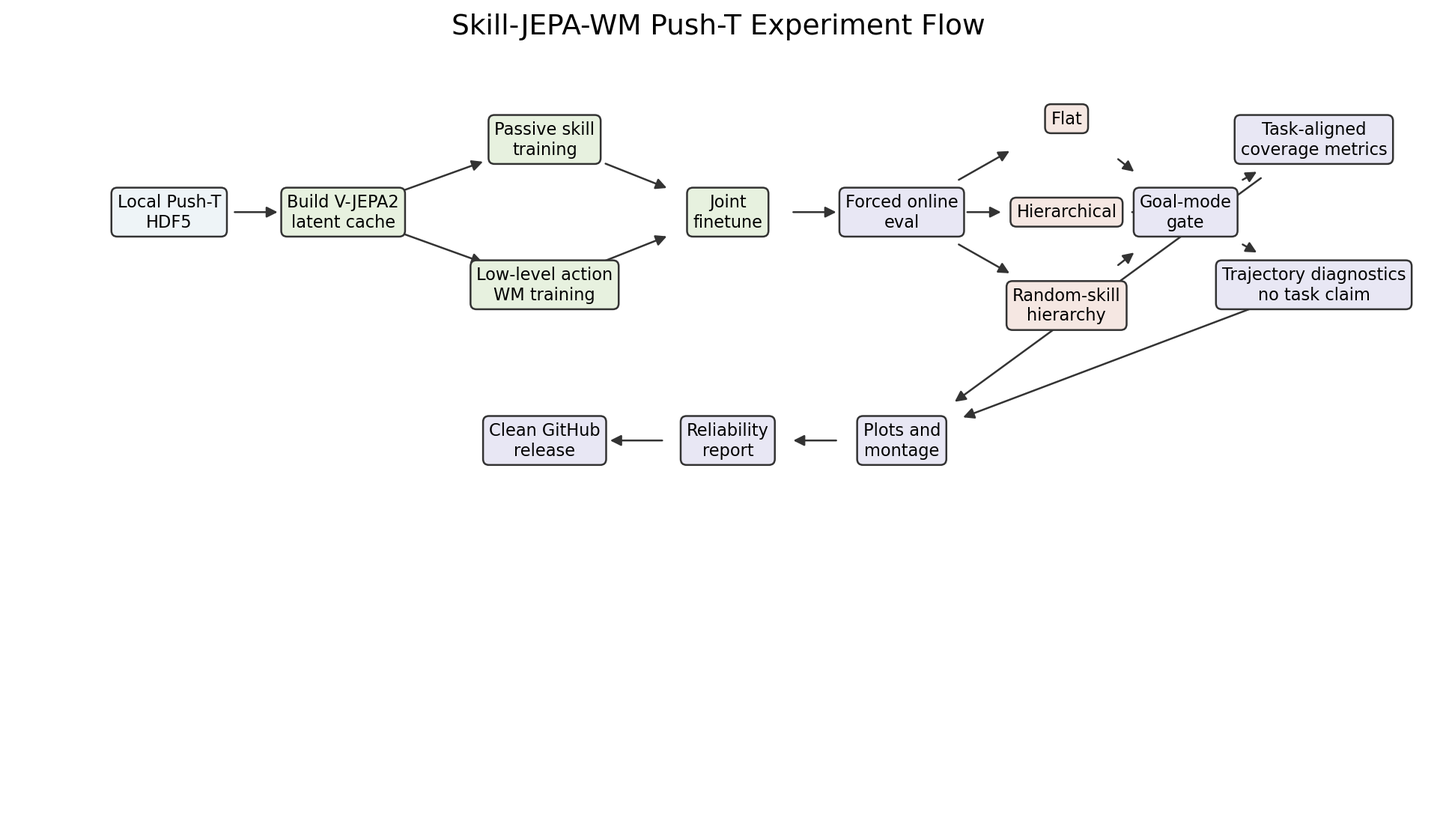
YichengDraw/skill-jepa-wm-pusht keeps this Mermaid diagram as docs/architecture/experiment_flow.png. Above is the earlier version. Its source is kept beside it as docs/architecture/experiment_flow.mmd.
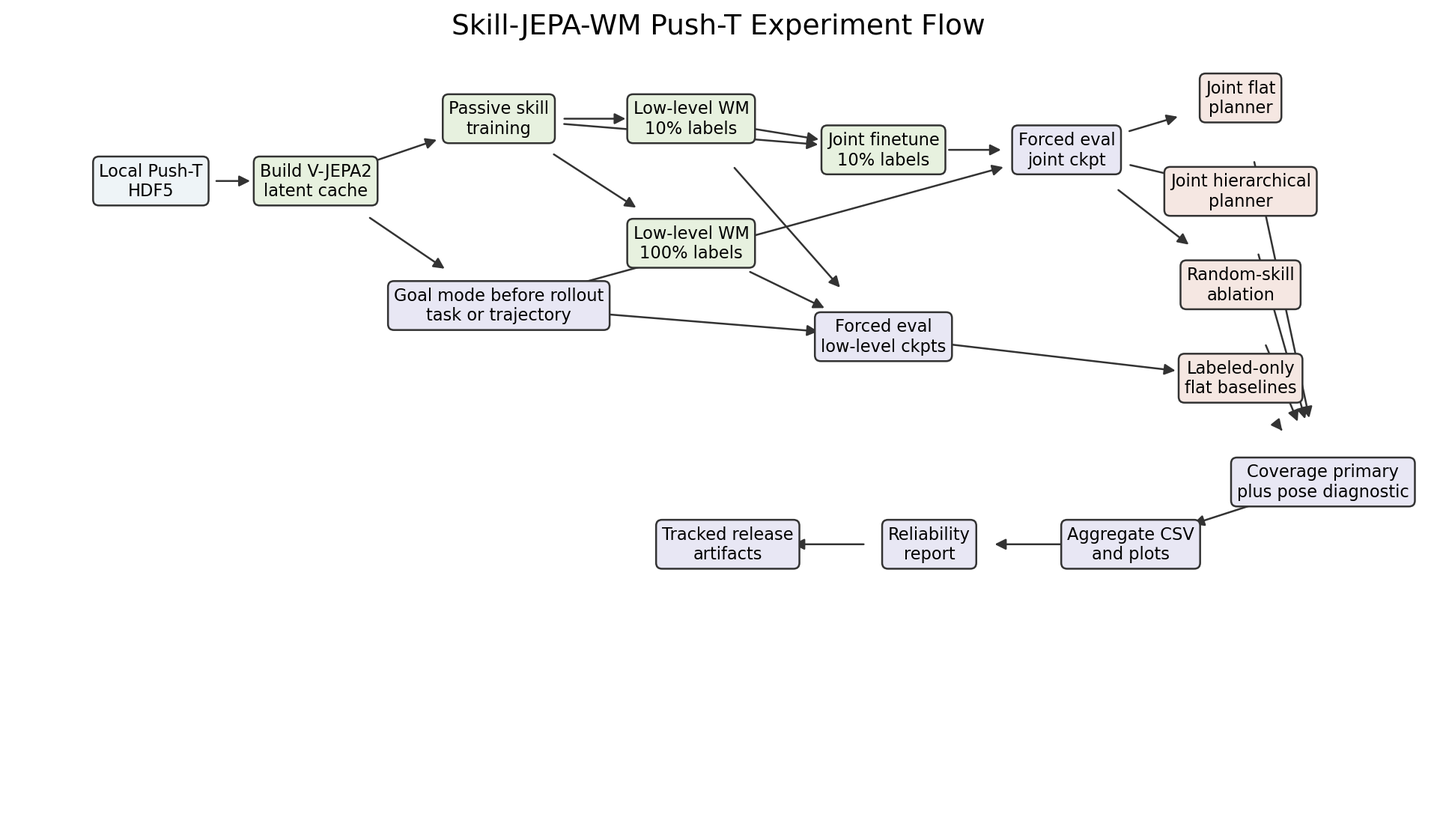
Above is the later version.

Diff of the diagram source:
```diff
@@ -1,19 +1,24 @@
 flowchart TD
   data["Local Push-T HDF5"] --> cache["Build V-JEPA2 latent cache"]
   cache --> passive["Train passive skill model"]
-  cache --> low["Train low-level action WM"]
-  passive --> joint["Joint finetune"]
-  low --> joint
-  joint --> eval["Forced online eval"]
-  eval --> flat["Flat planner"]
-  eval --> hier["Hierarchical planner"]
-  eval --> random["Random-skill hierarchy ablation"]
-  flat --> gate["Goal-mode gate"]
-  hier --> gate
-  random --> gate
-  gate --> metrics["Task-aligned coverage metrics"]
-  gate --> diag["Trajectory diagnostics: no task claim"]
+  passive --> low10["Train low-level WM: 10 percent labels"]
+  passive --> low100["Train low-level WM: 100 percent labels"]
+  low10 --> joint["Joint finetune: 10 percent labels"]
+  passive --> joint
+  cache --> goals["Goal mode selection before rollout"]
+  goals --> eval_joint["Forced online eval: joint checkpoint"]
+  goals --> eval_low["Forced online eval: low-level checkpoints"]
+  joint --> eval_joint
+  low10 --> eval_low
+  low100 --> eval_low
+  eval_joint --> flat["Joint flat planner"]
+  eval_joint --> hier["Joint hierarchical planner"]
+  eval_joint --> random["Random-skill hierarchy ablation"]
+  eval_low --> lowflat["Labeled-only flat baselines"]
+  flat --> metrics["Coverage primary plus goal-state diagnostic"]
+  hier --> metrics
+  random --> metrics
+  lowflat --> metrics
   metrics --> plots["Plots and rollout montage"]
-  diag --> plots
   plots --> report["Reliability report"]
   report --> release["Clean GitHub release"]
```
